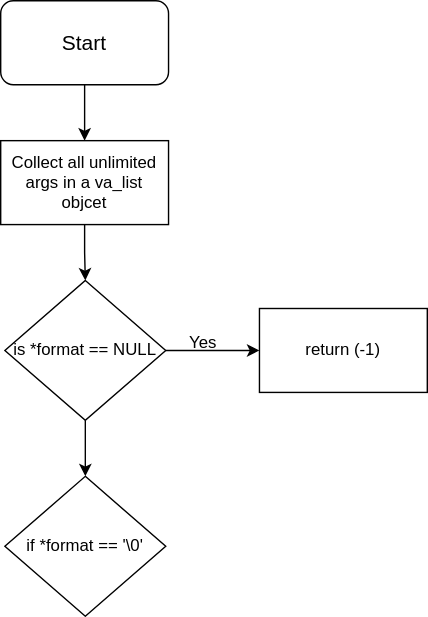
Earlier version of the draw.io export printf.svg (davehypercodes/printf). Source tidied: cells renumbered, new cells last; positions are measured from the earlier drawing's top-left corner, leaving out a move shared by most shapes.
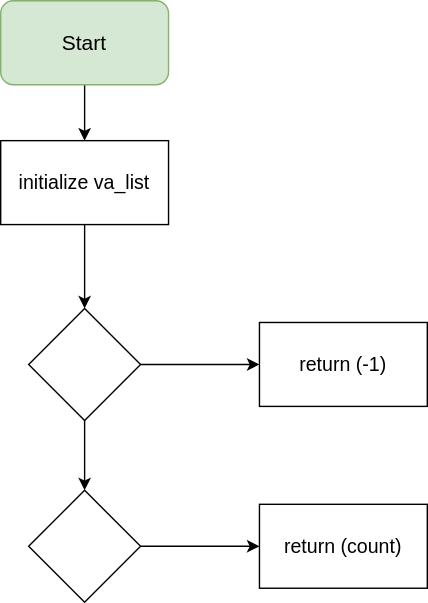
Above is the later version.

The edit, as a diff of the source:
```diff
@@ -5,32 +5,35 @@
     <mxCell id="2" style="edgeStyle=orthogonalEdgeStyle;rounded=0;jettySize=auto;html=1;exitX=0.5;exitY=1;exitDx=0;exitDy=0;" parent="1" edge="1" source="3" target="5">
       <mxGeometry relative="1" as="geometry" />
     </mxCell>
-    <mxCell id="3" value="&lt;font style=&quot;font-size: 15px;&quot;&gt;Start&lt;/font&gt;" style="rounded=1;whiteSpace=wrap;html=1;" parent="1" vertex="1">
+    <mxCell id="3" value="&lt;font style=&quot;font-size: 15px;&quot;&gt;Start&lt;/font&gt;" style="rounded=1;whiteSpace=wrap;html=1;fillColor=#d5e8d4;strokeColor=#82b366;" parent="1" vertex="1">
       <mxGeometry width="120" height="60" as="geometry" />
     </mxCell>
-    <mxCell id="4" style="edgeStyle=orthogonalEdgeStyle;rounded=0;jettySize=auto;html=1;exitX=0.5;exitY=1;exitDx=0;exitDy=0;entryX=0.5;entryY=0;entryDx=0;entryDy=0;" parent="1" edge="1" source="5" target="8">
-      <mxGeometry relative="1" as="geometry" />
-    </mxCell>
+    <mxCell id="12" style="edgeStyle=orthogonalEdgeStyle;rounded=0;jettySize=auto;html=1;" parent="1" edge="1" source="5" target="18">
+      <mxGeometry relative="1" as="geometry" />
+    </mxCell>
-    <mxCell id="5" value="Collect all unlimited args in a va_list objcet" style="rounded=0;whiteSpace=wrap;html=1;" parent="1" vertex="1">
+    <mxCell id="5" value="&lt;font style=&quot;font-size: 14px;&quot;&gt;initialize va_list&lt;/font&gt;" style="rounded=0;whiteSpace=wrap;html=1;" parent="1" vertex="1">
       <mxGeometry y="100" width="120" height="60" as="geometry" />
     </mxCell>
-    <mxCell id="6" style="edgeStyle=orthogonalEdgeStyle;rounded=0;jettySize=auto;html=1;exitX=1;exitY=0.5;exitDx=0;exitDy=0;" parent="1" edge="1" source="8" target="9">
-      <mxGeometry relative="1" as="geometry" />
-    </mxCell>
-    <mxCell id="7" style="edgeStyle=orthogonalEdgeStyle;rounded=0;jettySize=auto;html=1;" parent="1" edge="1" source="8" target="10">
-      <mxGeometry relative="1" as="geometry" />
-    </mxCell>
-    <mxCell id="8" value="is *format == NULL" style="rhombus;whiteSpace=wrap;html=1;" parent="1" vertex="1">
-      <mxGeometry x="3" y="200" width="115" height="100" as="geometry" />
-    </mxCell>
-    <mxCell id="9" value="return (-1)" style="rounded=0;whiteSpace=wrap;html=1;" parent="1" vertex="1">
-      <mxGeometry x="185" y="220" width="120" height="60" as="geometry" />
+    <mxCell id="9" value="&lt;font style=&quot;font-size: 14px;&quot;&gt;return (-1)&lt;/font&gt;" style="rounded=0;whiteSpace=wrap;html=1;" parent="1" vertex="1">
+      <mxGeometry x="185" y="230" width="120" height="60" as="geometry" />
     </mxCell>
-    <mxCell id="10" value="if *format == '\0'" style="rhombus;whiteSpace=wrap;html=1;" parent="1" vertex="1">
-      <mxGeometry x="3" y="340" width="115" height="100" as="geometry" />
-    </mxCell>
-    <mxCell id="11" value="Yes" style="text;html=1;align=center;verticalAlign=middle;whiteSpace=wrap;rounded=0;" parent="1" vertex="1">
-      <mxGeometry x="115" y="230" width="60" height="30" as="geometry" />
-    </mxCell>
+    <mxCell id="13" value="&lt;font style=&quot;font-size: 14px;&quot;&gt;return (count)&lt;/font&gt;" style="rounded=0;whiteSpace=wrap;html=1;" parent="1" vertex="1">
+      <mxGeometry x="185" y="360" width="120" height="60" as="geometry" />
+    </mxCell>
+    <mxCell id="14" style="edgeStyle=orthogonalEdgeStyle;rounded=0;jettySize=auto;html=1;" parent="1" edge="1" source="15" target="13">
+      <mxGeometry relative="1" as="geometry" />
+    </mxCell>
+    <mxCell id="15" style="rhombus;whiteSpace=wrap;html=1;" parent="1" vertex="1">
+      <mxGeometry x="20" y="350" width="80" height="80" as="geometry" />
+    </mxCell>
+    <mxCell id="16" style="edgeStyle=orthogonalEdgeStyle;rounded=0;jettySize=auto;html=1;" parent="1" edge="1" source="18" target="15">
+      <mxGeometry relative="1" as="geometry" />
+    </mxCell>
+    <mxCell id="17" style="edgeStyle=orthogonalEdgeStyle;rounded=0;jettySize=auto;html=1;" parent="1" edge="1" source="18" target="9">
+      <mxGeometry relative="1" as="geometry" />
+    </mxCell>
+    <mxCell id="18" style="rhombus;whiteSpace=wrap;html=1;" parent="1" vertex="1">
+      <mxGeometry x="20" y="220" width="80" height="80" as="geometry" />
+    </mxCell>
   </root>
 </mxGraphModel>
```
